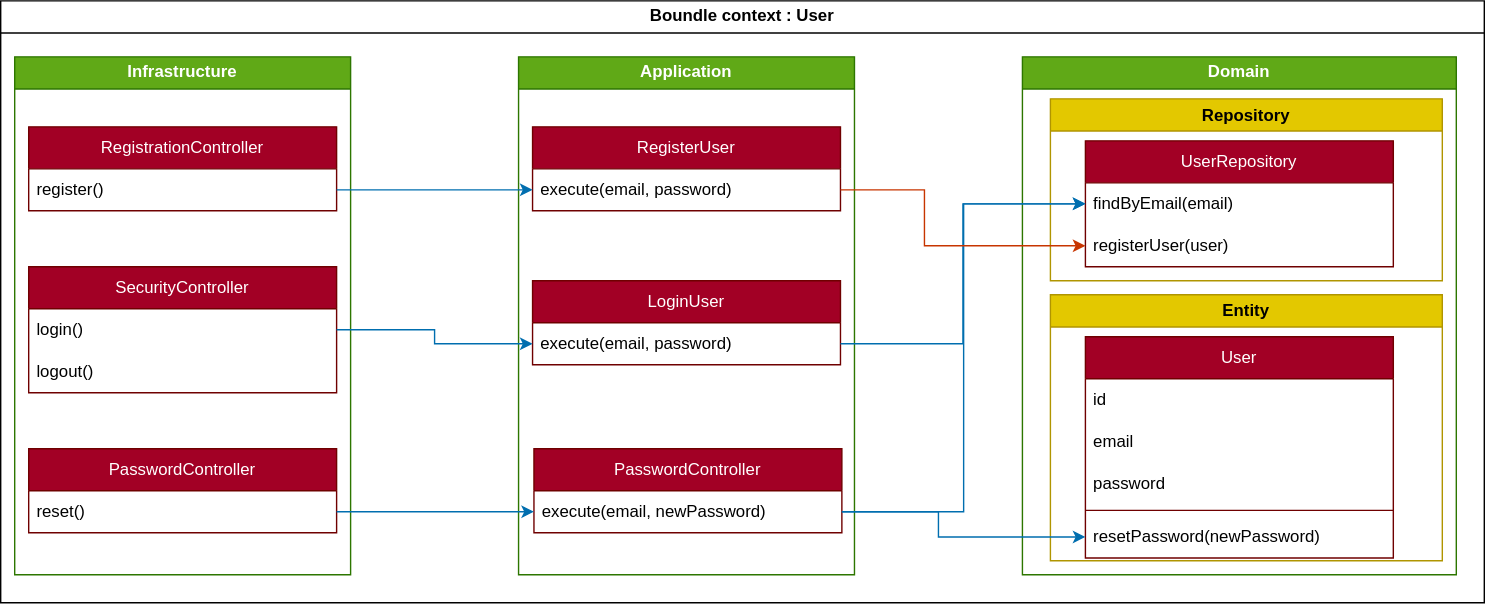
The draw.io diagram dev_resources/SandboxDDD.drawio.svg in JulienSauguesEyraud/Sandbox, before a commit. Source tidied: cells renumbered, new cells last; positions are measured from the earlier drawing's top-left corner, leaving out a move shared by most shapes.
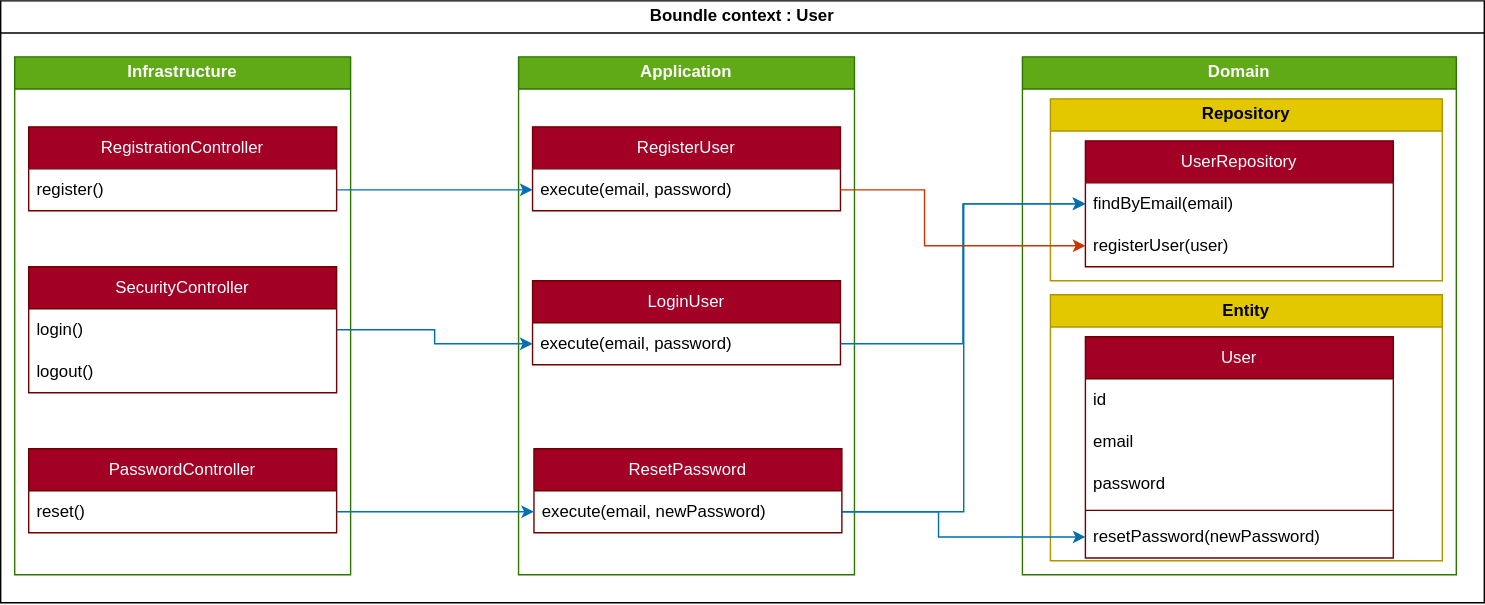
Later version of the same file.

The edit, as a diff of the source:
```diff
@@ -44,7 +44,7 @@
     <mxCell id="15" value="&lt;div&gt;execute(email, password)&lt;/div&gt;" style="text;align=left;verticalAlign=middle;spacingLeft=4;spacingRight=4;overflow=hidden;points=[[0,0.5],[1,0.5]];portConstraint=eastwest;whiteSpace=wrap;html=1;" parent="14" vertex="1">
       <mxGeometry y="30" width="220" height="30" as="geometry" />
     </mxCell>
-    <mxCell id="16" value="PasswordController" style="swimlane;fontStyle=0;horizontal=1;startSize=30;whiteSpace=wrap;html=1;fillColor=#a20025;fontColor=#ffffff;strokeColor=#6F0000;" parent="11" vertex="1">
+    <mxCell id="16" value="ResetPassword" style="swimlane;fontStyle=0;horizontal=1;startSize=30;whiteSpace=wrap;html=1;fillColor=#a20025;fontColor=#ffffff;strokeColor=#6F0000;" parent="11" vertex="1">
       <mxGeometry x="11" y="280" width="220" height="60" as="geometry" />
     </mxCell>
     <mxCell id="17" value="execute(email, newPassword)" style="text;strokeColor=none;fillColor=none;align=left;verticalAlign=middle;spacingLeft=4;spacingRight=4;overflow=hidden;points=[[0,0.5],[1,0.5]];portConstraint=eastwest;whiteSpace=wrap;html=1;" parent="16" vertex="1">
```
